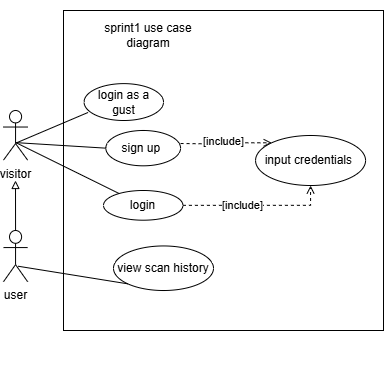
Above: uploads/diagrams/sprint1usecase.drawio.png in guizanimohamed23/report (draw.io), before the change. Source tidied: cells renumbered, new cells last; positions are measured from the earlier drawing's top-left corner, leaving out a move shared by most shapes.
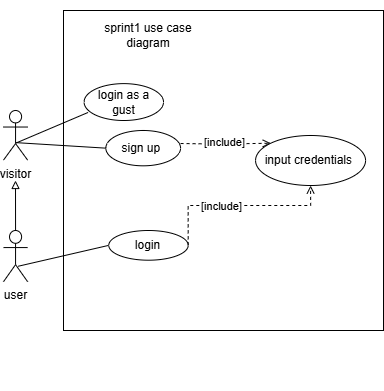
The same diagram one commit later.

Diff of the diagram source:
```diff
@@ -26,18 +26,12 @@
     <mxCell id="9" style="endArrow=none;html=1;rounded=0;exitX=0.524;exitY=0.648;exitDx=0;exitDy=0;exitPerimeter=0;entryX=0;entryY=0.5;entryDx=0;entryDy=0;" parent="2" edge="1" source="3" target="7">
       <mxGeometry relative="1" as="geometry" />
     </mxCell>
-    <mxCell id="10" value="view scan history" style="ellipse;whiteSpace=wrap;html=1;" parent="2" vertex="1">
-      <mxGeometry x="100" y="245.4" width="100" height="44.5" as="geometry" />
-    </mxCell>
-    <mxCell id="11" style="endArrow=none;html=1;rounded=0;exitX=0.61;exitY=0.698;exitDx=0;exitDy=0;exitPerimeter=0;entryX=0;entryY=1;entryDx=0;entryDy=0;" parent="2" edge="1" source="4" target="10">
+    <mxCell id="11" style="endArrow=none;html=1;rounded=0;exitX=0.61;exitY=0.698;exitDx=0;exitDy=0;exitPerimeter=0;entryX=0;entryY=0.5;entryDx=0;entryDy=0;" parent="2" edge="1" source="4" target="12">
       <mxGeometry relative="1" as="geometry" />
     </mxCell>
     <mxCell id="12" value="login" style="ellipse;whiteSpace=wrap;html=1;" parent="2" vertex="1">
-      <mxGeometry x="90" y="190" width="79.4" height="29.7" as="geometry" />
+      <mxGeometry x="95.3" y="230" width="79.4" height="29.7" as="geometry" />
     </mxCell>
-    <mxCell id="13" style="endArrow=none;html=1;rounded=0;exitX=0.514;exitY=0.648;exitDx=0;exitDy=0;exitPerimeter=0;" parent="2" edge="1" source="3" target="12">
-      <mxGeometry relative="1" as="geometry" />
-    </mxCell>
     <mxCell id="14" style="endArrow=block;html=1;rounded=0;exitX=0.5;exitY=0;exitDx=0;exitDy=0;exitPerimeter=0;endFill=0;" parent="2" edge="1" source="4">
       <mxGeometry relative="1" as="geometry">
         <mxPoint x="2" y="180" as="targetPoint" />
```
